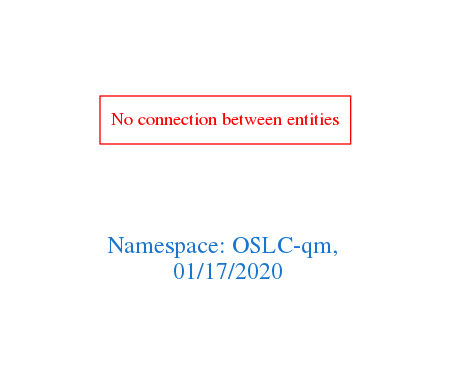
Earlier version of the Graphviz export downloads/OSLC-qm.png (arago/OGIT). Its source is kept beside it as downloads/OSLC-qm.dot.
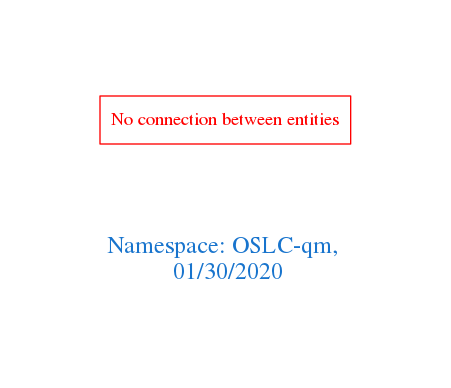
The same file after the commit.

Diff of the diagram source:
```diff
@@ -1,7 +1,7 @@
 digraph OGIT_ontology {
  graph [ rankdir= LR,pad=1
 fontsize = 18,
-fontcolor= dodgerblue3,label = "\n\n\nNamespace: OSLC-qm, \n 01/17/2020"];
+fontcolor= dodgerblue3,label = "\n\n\nNamespace: OSLC-qm, \n 01/30/2020"];
 node[shape=polygon];
 edge [  color="gray81"];
 
```
